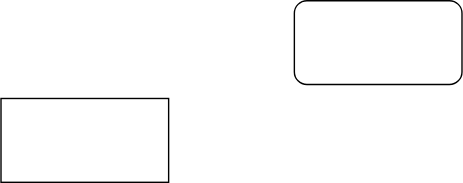
Above: 未命名绘图.drawio.svg in willcong/go-proxy-bingai (draw.io), before the change. Source tidied: cells renumbered, new cells last; positions are measured from the earlier drawing's top-left corner, leaving out a move shared by most shapes. Its diagram source:
```xml
<mxGraphModel>
  <root>
    <mxCell id="0" />
    <mxCell id="1" parent="0" />
    <mxCell id="2" style="rounded=0;whiteSpace=wrap;html=1;" parent="1" vertex="1">
      <mxGeometry y="70" width="120" height="60" as="geometry" />
    </mxCell>
    <mxCell id="3" style="rounded=1;whiteSpace=wrap;html=1;" parent="1" vertex="1">
      <mxGeometry x="210" width="120" height="60" as="geometry" />
    </mxCell>
  </root>
</mxGraphModel>
```
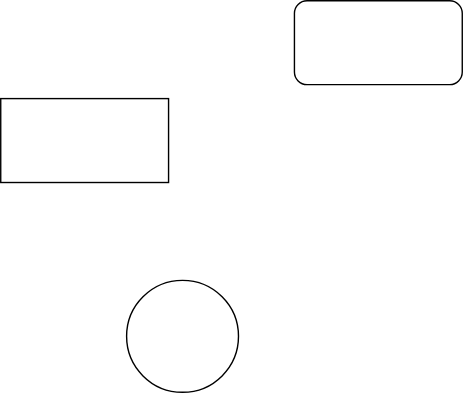
After the commit.

Commit message:
更新未命名绘图.drawio.svg

The edit, as a diff of the source:
```diff
@@ -8,5 +8,8 @@
     <mxCell id="3" style="rounded=1;whiteSpace=wrap;html=1;" parent="1" vertex="1">
       <mxGeometry x="210" width="120" height="60" as="geometry" />
     </mxCell>
+    <mxCell id="4" style="ellipse;whiteSpace=wrap;html=1;" parent="1" vertex="1">
+      <mxGeometry x="90" y="200" width="80" height="80" as="geometry" />
+    </mxCell>
   </root>
 </mxGraphModel>
```
